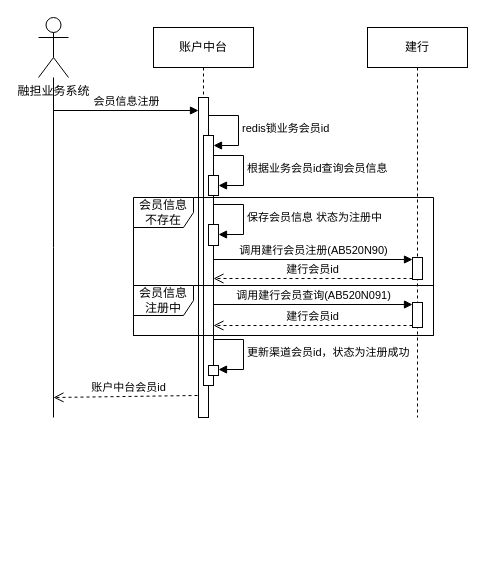
Earlier version of the draw.io diagram 融担账户中台.drawio (eltweiyao/app-diagrams). Source tidied: cells renumbered, new cells numbered last; positions are measured from the earlier drawing's top-left corner, leaving out a move shared by most shapes. Both pictures are drawn from the tidied source at 100%, with x=0, y=0 at pixel (38, 17).
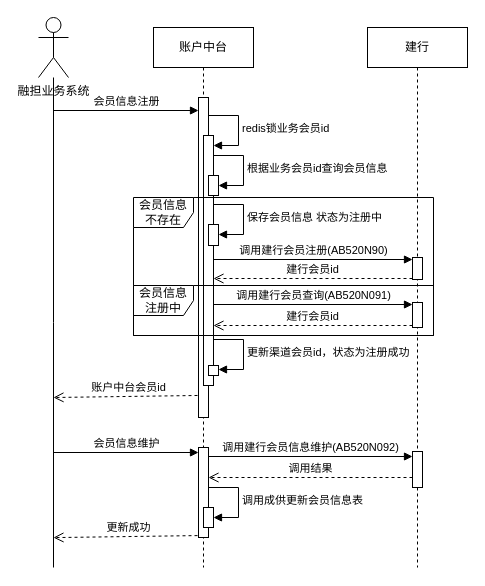
The same page after the edit.

Commit message:
更新融担账户中台.drawio

The change refers to these unchanged cells:
```xml
<mxCell id="23" value="融担业务系统" style="shape=umlActor;verticalLabelPosition=bottom;verticalAlign=top;html=1;" parent="1" vertex="1">
  <mxGeometry width="30" height="60" as="geometry" />
</mxCell>
```

What changed in the source:
```diff
@@
+    <mxCell id="25" value="更新成功" style="html=1;verticalAlign=bottom;endArrow=open;dashed=1;endSize=8;curved=0;rounded=0;exitX=0.5;exitY=0.906;exitDx=0;exitDy=0;exitPerimeter=0;" parent="1" edge="1">
+      <mxGeometry relative="1" as="geometry">
+        <mxPoint x="165" y="518" as="sourcePoint" />
+        <mxPoint x="15" y="520.1" as="targetPoint" />
+      </mxGeometry>
+    </mxCell>
@@
     <mxCell id="3" value="账户中台" style="shape=umlLifeline;perimeter=lifelinePerimeter;whiteSpace=wrap;html=1;newEdgeStyle={&quot;edgeStyle&quot;:&quot;elbowEdgeStyle&quot;,&quot;elbow&quot;:&quot;vertical&quot;,&quot;curved&quot;:0,&quot;rounded&quot;:0};" parent="1" vertex="1">
-      <mxGeometry x="115" y="10" width="100" height="390" as="geometry" />
+      <mxGeometry x="115" y="10" width="100" height="540" as="geometry" />
     </mxCell>
@@
+    <mxCell id="26" style="html=1;points=[[0,0,0,0,5],[0,1,0,0,-5],[1,0,0,0,5],[1,1,0,0,-5]];perimeter=orthogonalPerimeter;outlineConnect=0;targetShapes=umlLifeline;portConstraint=eastwest;newEdgeStyle={&quot;curved&quot;:0,&quot;rounded&quot;:0};" parent="3" vertex="1">
+      <mxGeometry x="45" y="420" width="10" height="90" as="geometry" />
+    </mxCell>
+    <mxCell id="27" value="会员信息维护" style="html=1;verticalAlign=bottom;startArrow=none;endArrow=block;startSize=8;curved=0;rounded=0;entryX=0;entryY=0;entryDx=0;entryDy=5;startFill=0;" parent="3" edge="1" target="26">
+      <mxGeometry relative="1" as="geometry">
+        <mxPoint x="-100" y="425" as="sourcePoint" />
+      </mxGeometry>
+    </mxCell>
+    <mxCell id="28" style="html=1;points=[[0,0,0,0,5],[0,1,0,0,-5],[1,0,0,0,5],[1,1,0,0,-5]];perimeter=orthogonalPerimeter;outlineConnect=0;targetShapes=umlLifeline;portConstraint=eastwest;newEdgeStyle={&quot;curved&quot;:0,&quot;rounded&quot;:0};" parent="3" vertex="1">
+      <mxGeometry x="50" y="480" width="10" height="20" as="geometry" />
+    </mxCell>
+    <mxCell id="29" value="调用成供更新会员信息表" style="html=1;align=left;spacingLeft=2;endArrow=block;rounded=0;edgeStyle=orthogonalEdgeStyle;curved=0;rounded=0;" parent="3" edge="1" target="28">
+      <mxGeometry relative="1" as="geometry">
+        <mxPoint x="55" y="460" as="sourcePoint" />
+        <Array as="points">
+          <mxPoint x="85" y="490" />
+        </Array>
+      </mxGeometry>
+    </mxCell>
     <mxCell id="11" value="建行" style="shape=umlLifeline;perimeter=lifelinePerimeter;whiteSpace=wrap;html=1;newEdgeStyle={&quot;edgeStyle&quot;:&quot;elbowEdgeStyle&quot;,&quot;elbow&quot;:&quot;vertical&quot;,&quot;curved&quot;:0,&quot;rounded&quot;:0};" parent="1" vertex="1">
-      <mxGeometry x="329" y="10" width="100" height="390" as="geometry" />
+      <mxGeometry x="329" y="10" width="100" height="540" as="geometry" />
     </mxCell>
+    <mxCell id="30" style="html=1;points=[[0,0,0,0,5],[0,1,0,0,-5],[1,0,0,0,5],[1,1,0,0,-5]];perimeter=orthogonalPerimeter;outlineConnect=0;targetShapes=umlLifeline;portConstraint=eastwest;newEdgeStyle={&quot;curved&quot;:0,&quot;rounded&quot;:0};" parent="11" vertex="1">
+      <mxGeometry x="45" y="424" width="10" height="36" as="geometry" />
+    </mxCell>
@@
     <mxCell id="22" style="edgeStyle=orthogonalEdgeStyle;rounded=0;jettySize=auto;html=1;endArrow=none;startFill=0;" parent="1" edge="1" source="23">
       <mxGeometry relative="1" as="geometry">
-        <mxPoint x="15" y="400" as="targetPoint" />
+        <mxPoint x="15" y="550" as="targetPoint" />
       </mxGeometry>
     </mxCell>
@@
+    <mxCell id="31" value="调用建行会员信息维护(&lt;span style=&quot;background-color: light-dark(#ffffff, var(--ge-dark-color, #121212)); color: light-dark(rgb(0, 0, 0), rgb(255, 255, 255));&quot;&gt;AB520N092&lt;/span&gt;)" style="html=1;verticalAlign=bottom;endArrow=block;curved=0;rounded=0;entryX=0;entryY=0;entryDx=0;entryDy=5;exitX=1;exitY=0;exitDx=0;exitDy=5;exitPerimeter=0;" parent="1" edge="1" target="30">
+      <mxGeometry relative="1" as="geometry">
+        <mxPoint x="170" y="439" as="sourcePoint" />
+      </mxGeometry>
+    </mxCell>
+    <mxCell id="32" value="调用结果" style="html=1;verticalAlign=bottom;endArrow=open;dashed=1;endSize=8;curved=0;rounded=0;exitX=0;exitY=1;exitDx=0;exitDy=-5;entryX=1;entryY=1;entryDx=0;entryDy=-5;entryPerimeter=0;" parent="1" edge="1">
+      <mxGeometry relative="1" as="geometry">
+        <mxPoint x="374" y="460" as="sourcePoint" />
+        <mxPoint x="170" y="460" as="targetPoint" />
+      </mxGeometry>
+    </mxCell>
```
